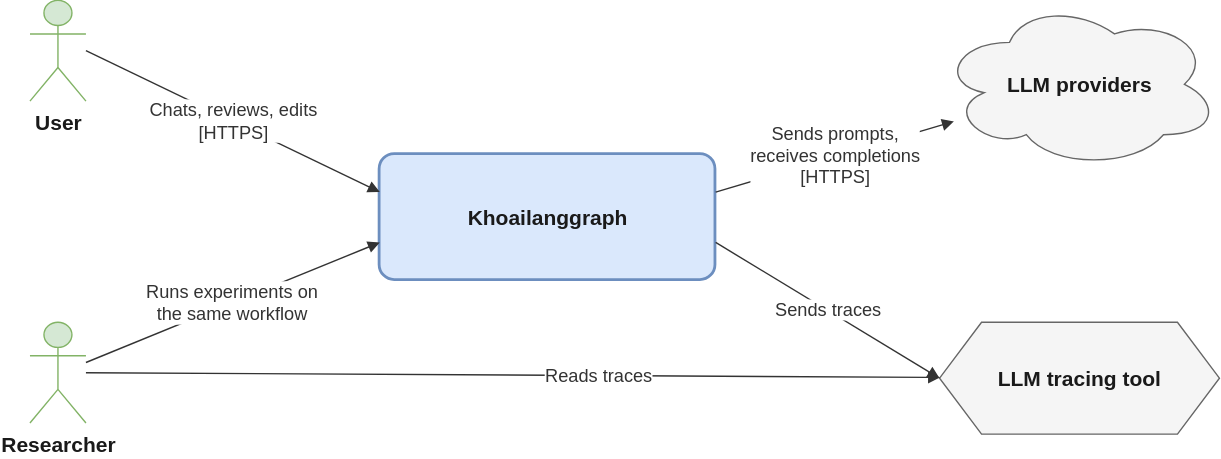
Above: docs/architecture/diagrams/system-context.drawio.svg in nhinguyen140809/khoai-lang-graph (draw.io), before the change. Source tidied: cells renumbered, new cells last; positions are measured from the earlier drawing's top-left corner, leaving out a move shared by most shapes. Its diagram source:
```xml
<mxGraphModel>
  <root>
    <mxCell id="0" />
    <mxCell id="1" parent="0" />
    <mxCell id="2" value="&lt;span style=&quot;font-size: 15px;&quot;&gt;&lt;b&gt;User&lt;/b&gt;&lt;/span&gt;" style="shape=umlActor;verticalLabelPosition=bottom;verticalAlign=top;labelPosition=center;align=center;outlineConnect=0;html=1;fillColor=#d5e8d4;strokeColor=#82b366;fontColor=#1a1a1a;fontSize=13;" parent="1" vertex="1">
      <mxGeometry width="40" height="72" as="geometry" />
    </mxCell>
    <mxCell id="3" value="&lt;span style=&quot;font-size: 15px;&quot;&gt;&lt;b&gt;Researcher&lt;/b&gt;&lt;/span&gt;" style="shape=umlActor;verticalLabelPosition=bottom;verticalAlign=top;labelPosition=center;align=center;outlineConnect=0;html=1;fillColor=#d5e8d4;strokeColor=#82b366;fontColor=#1a1a1a;fontSize=13;" parent="1" vertex="1">
      <mxGeometry y="230" width="40" height="72" as="geometry" />
    </mxCell>
    <mxCell id="4" value="&lt;span style=&quot;font-size: 15px;&quot;&gt;&lt;b&gt;Khoailanggraph&lt;/b&gt;&lt;/span&gt;" style="rounded=1;arcSize=12;whiteSpace=wrap;html=1;fillColor=#dae8fc;strokeColor=#6c8ebf;fontColor=#1a1a1a;fontSize=13;strokeWidth=2;" parent="1" vertex="1">
      <mxGeometry x="250" y="110" width="240" height="90" as="geometry" />
    </mxCell>
    <mxCell id="5" value="&lt;span style=&quot;font-size: 15px;&quot;&gt;&lt;b&gt;LLM providers&lt;/b&gt;&lt;/span&gt;" style="ellipse;shape=cloud;whiteSpace=wrap;html=1;fillColor=#f5f5f5;strokeColor=#666666;fontColor=#1a1a1a;fontSize=13;" parent="1" vertex="1">
      <mxGeometry x="650" width="200" height="120" as="geometry" />
    </mxCell>
    <mxCell id="6" value="&lt;span style=&quot;font-size: 15px;&quot;&gt;&lt;b&gt;LLM tracing tool&lt;/b&gt;&lt;/span&gt;" style="shape=hexagon;perimeter=hexagonPerimeter2;size=0.15;whiteSpace=wrap;html=1;fillColor=#f5f5f5;strokeColor=#666666;fontColor=#1a1a1a;fontSize=13;" parent="1" vertex="1">
      <mxGeometry x="650" y="230" width="200" height="80" as="geometry" />
    </mxCell>
    <mxCell id="7" value="Chats, reviews, edits&lt;br&gt;[HTTPS]" style="edgeStyle=none;rounded=0;html=1;endArrow=block;endFill=1;strokeColor=#333333;fontSize=13;fontColor=#333333;labelBackgroundColor=#ffffff;exitX=1;exitY=0.5;exitDx=0;exitDy=0;entryX=0;entryY=0.3;entryDx=0;entryDy=0;" parent="1" edge="1" source="2" target="4">
      <mxGeometry relative="1" as="geometry" />
    </mxCell>
    <mxCell id="8" value="Runs experiments on&lt;br&gt;the same workflow" style="edgeStyle=none;rounded=0;html=1;endArrow=block;endFill=1;strokeColor=#333333;fontSize=13;fontColor=#333333;labelBackgroundColor=#ffffff;exitX=1;exitY=0.4;exitDx=0;exitDy=0;entryX=0;entryY=0.7;entryDx=0;entryDy=0;" parent="1" edge="1" source="3" target="4">
      <mxGeometry relative="1" as="geometry" />
    </mxCell>
    <mxCell id="9" value="Sends prompts,&lt;br&gt;receives completions&lt;br&gt;[HTTPS]" style="edgeStyle=none;rounded=0;html=1;endArrow=block;endFill=1;strokeColor=#333333;fontSize=13;fontColor=#333333;labelBackgroundColor=#ffffff;exitX=1;exitY=0.3;exitDx=0;exitDy=0;" parent="1" edge="1" source="4" target="5">
      <mxGeometry relative="1" as="geometry" />
    </mxCell>
    <mxCell id="10" value="Sends traces" style="edgeStyle=none;rounded=0;html=1;endArrow=block;endFill=1;strokeColor=#333333;fontSize=13;fontColor=#333333;labelBackgroundColor=#ffffff;exitX=1;exitY=0.7;exitDx=0;exitDy=0;entryX=0;entryY=0.5;entryDx=0;entryDy=0;" parent="1" edge="1" source="4" target="6">
      <mxGeometry relative="1" as="geometry" />
    </mxCell>
    <mxCell id="11" value="Reads traces" style="edgeStyle=none;rounded=0;html=1;endArrow=block;endFill=1;strokeColor=#333333;fontSize=13;fontColor=#333333;labelBackgroundColor=#ffffff;" parent="1" edge="1" source="3" target="6">
      <mxGeometry x="0.2" relative="1" as="geometry" />
    </mxCell>
  </root>
</mxGraphModel>
```
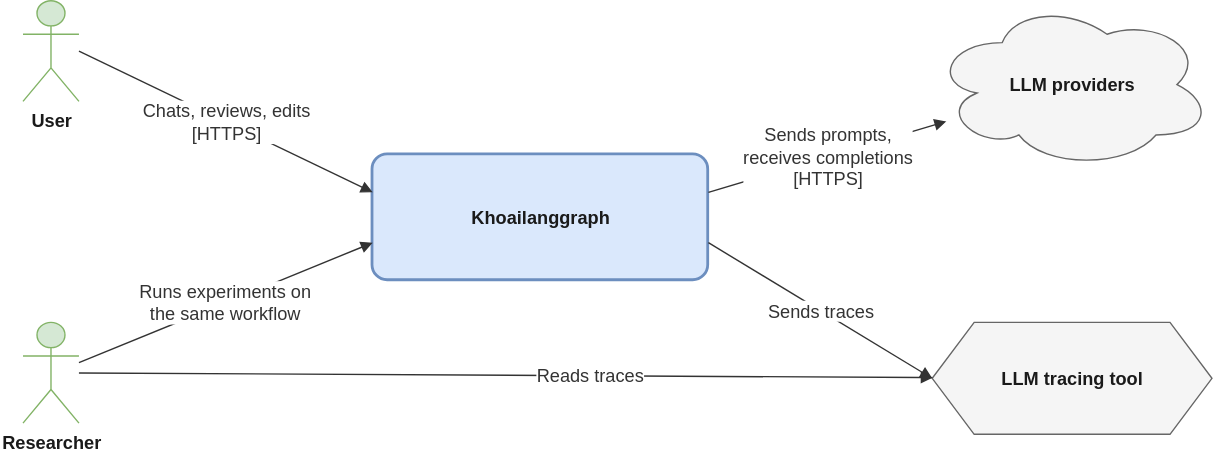
After the commit.

The edit, as a diff of the source:
```diff
@@ -2,19 +2,19 @@
   <root>
     <mxCell id="0" />
     <mxCell id="1" parent="0" />
-    <mxCell id="2" value="&lt;span style=&quot;font-size: 15px;&quot;&gt;&lt;b&gt;User&lt;/b&gt;&lt;/span&gt;" style="shape=umlActor;verticalLabelPosition=bottom;verticalAlign=top;labelPosition=center;align=center;outlineConnect=0;html=1;fillColor=#d5e8d4;strokeColor=#82b366;fontColor=#1a1a1a;fontSize=13;" parent="1" vertex="1">
+    <mxCell id="2" value="&lt;span style=&quot;font-size:13px;&quot;&gt;&lt;b&gt;User&lt;/b&gt;&lt;/span&gt;" style="shape=umlActor;verticalLabelPosition=bottom;verticalAlign=top;labelPosition=center;align=center;outlineConnect=0;html=1;fillColor=#d5e8d4;strokeColor=#82b366;fontColor=#1a1a1a;fontSize=13;" parent="1" vertex="1">
       <mxGeometry width="40" height="72" as="geometry" />
     </mxCell>
-    <mxCell id="3" value="&lt;span style=&quot;font-size: 15px;&quot;&gt;&lt;b&gt;Researcher&lt;/b&gt;&lt;/span&gt;" style="shape=umlActor;verticalLabelPosition=bottom;verticalAlign=top;labelPosition=center;align=center;outlineConnect=0;html=1;fillColor=#d5e8d4;strokeColor=#82b366;fontColor=#1a1a1a;fontSize=13;" parent="1" vertex="1">
+    <mxCell id="3" value="&lt;span style=&quot;font-size:13px;&quot;&gt;&lt;b&gt;Researcher&lt;/b&gt;&lt;/span&gt;" style="shape=umlActor;verticalLabelPosition=bottom;verticalAlign=top;labelPosition=center;align=center;outlineConnect=0;html=1;fillColor=#d5e8d4;strokeColor=#82b366;fontColor=#1a1a1a;fontSize=13;" parent="1" vertex="1">
       <mxGeometry y="230" width="40" height="72" as="geometry" />
     </mxCell>
-    <mxCell id="4" value="&lt;span style=&quot;font-size: 15px;&quot;&gt;&lt;b&gt;Khoailanggraph&lt;/b&gt;&lt;/span&gt;" style="rounded=1;arcSize=12;whiteSpace=wrap;html=1;fillColor=#dae8fc;strokeColor=#6c8ebf;fontColor=#1a1a1a;fontSize=13;strokeWidth=2;" parent="1" vertex="1">
+    <mxCell id="4" value="&lt;span style=&quot;font-size: 13px;&quot;&gt;&lt;b&gt;Khoailanggraph&lt;/b&gt;&lt;/span&gt;" style="rounded=1;arcSize=12;whiteSpace=wrap;html=1;fillColor=#dae8fc;strokeColor=#6c8ebf;fontColor=#1a1a1a;fontSize=13;strokeWidth=2;" parent="1" vertex="1">
       <mxGeometry x="250" y="110" width="240" height="90" as="geometry" />
     </mxCell>
-    <mxCell id="5" value="&lt;span style=&quot;font-size: 15px;&quot;&gt;&lt;b&gt;LLM providers&lt;/b&gt;&lt;/span&gt;" style="ellipse;shape=cloud;whiteSpace=wrap;html=1;fillColor=#f5f5f5;strokeColor=#666666;fontColor=#1a1a1a;fontSize=13;" parent="1" vertex="1">
+    <mxCell id="5" value="&lt;span style=&quot;font-size: 13px;&quot;&gt;&lt;b&gt;LLM providers&lt;/b&gt;&lt;/span&gt;" style="ellipse;shape=cloud;whiteSpace=wrap;html=1;fillColor=#f5f5f5;strokeColor=#666666;fontColor=#1a1a1a;fontSize=13;" parent="1" vertex="1">
       <mxGeometry x="650" width="200" height="120" as="geometry" />
     </mxCell>
-    <mxCell id="6" value="&lt;span style=&quot;font-size: 15px;&quot;&gt;&lt;b&gt;LLM tracing tool&lt;/b&gt;&lt;/span&gt;" style="shape=hexagon;perimeter=hexagonPerimeter2;size=0.15;whiteSpace=wrap;html=1;fillColor=#f5f5f5;strokeColor=#666666;fontColor=#1a1a1a;fontSize=13;" parent="1" vertex="1">
+    <mxCell id="6" value="&lt;span style=&quot;font-size:13px;&quot;&gt;&lt;b&gt;LLM tracing tool&lt;/b&gt;&lt;/span&gt;" style="shape=hexagon;perimeter=hexagonPerimeter2;size=0.15;whiteSpace=wrap;html=1;fillColor=#f5f5f5;strokeColor=#666666;fontColor=#1a1a1a;fontSize=13;" parent="1" vertex="1">
       <mxGeometry x="650" y="230" width="200" height="80" as="geometry" />
     </mxCell>
     <mxCell id="7" value="Chats, reviews, edits&lt;br&gt;[HTTPS]" style="edgeStyle=none;rounded=0;html=1;endArrow=block;endFill=1;strokeColor=#333333;fontSize=13;fontColor=#333333;labelBackgroundColor=#ffffff;exitX=1;exitY=0.5;exitDx=0;exitDy=0;entryX=0;entryY=0.3;entryDx=0;entryDy=0;" parent="1" edge="1" source="2" target="4">
```
